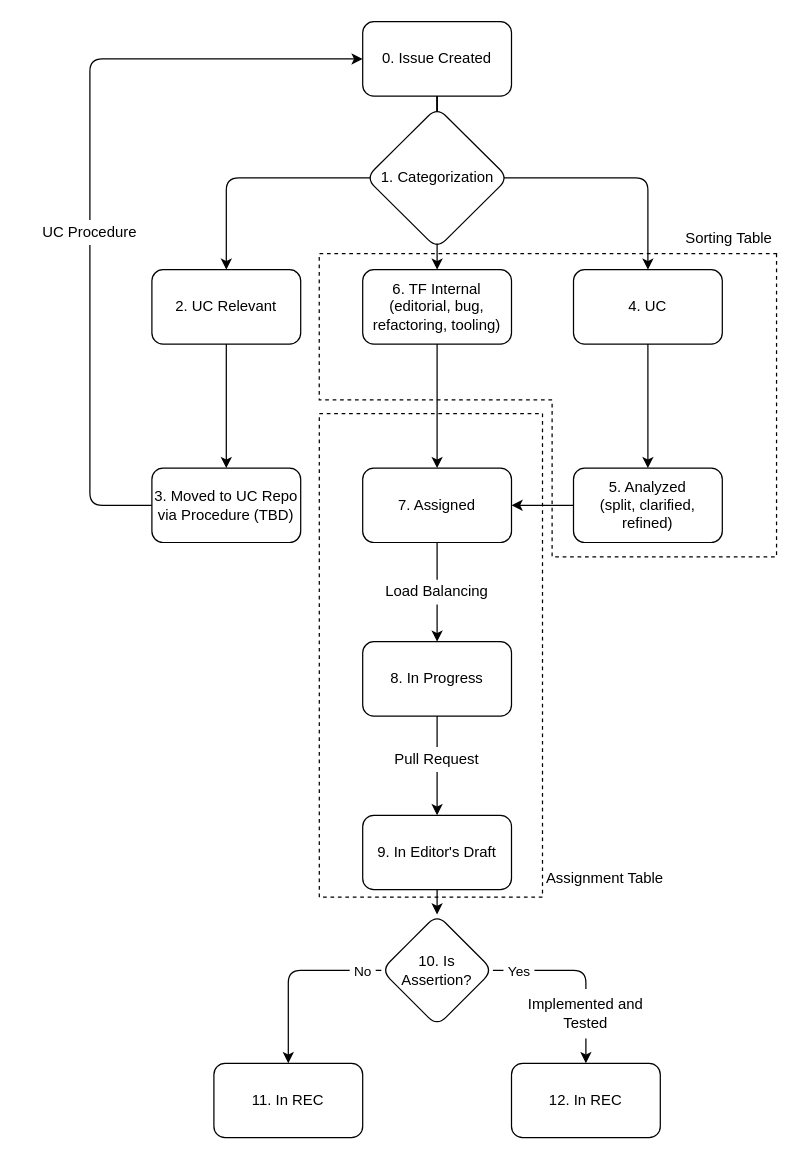
The draw.io diagram page "Lifecycle" (2 of 2) of proposals/project-management/kanbanidea.drawio in w3c/wot-thing-description, before the edit. Source tidied: cells renumbered, new cells numbered last; positions are measured from the earlier drawing's top-left corner, leaving out a move shared by most shapes. Both pictures are drawn from the tidied source at 124%, with x=0, y=0 at pixel (21, 21).
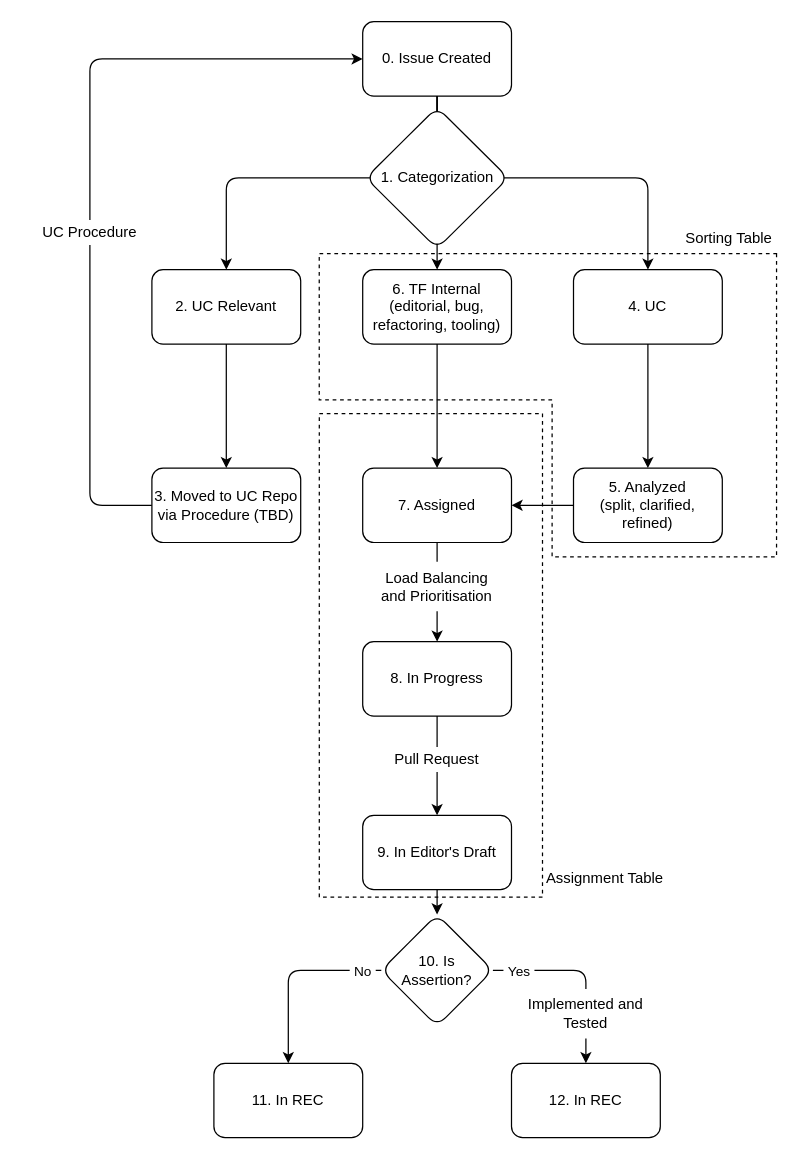
After the change.

What changed in the source:
```diff
@@
-    <mxCell id="20" value="Load Balancing" style="text;html=1;align=center;verticalAlign=middle;whiteSpace=wrap;rounded=1;fillColor=default;" parent="1" vertex="1">
-      <mxGeometry x="280" y="450" width="110" height="20" as="geometry" />
+    <mxCell id="20" value="Load Balancing&lt;br&gt;and Prioritisation" style="text;html=1;align=center;verticalAlign=middle;whiteSpace=wrap;rounded=1;fillColor=default;" parent="1" vertex="1">
+      <mxGeometry x="280" y="435.5" width="110" height="40" as="geometry" />
     </mxCell>
```
